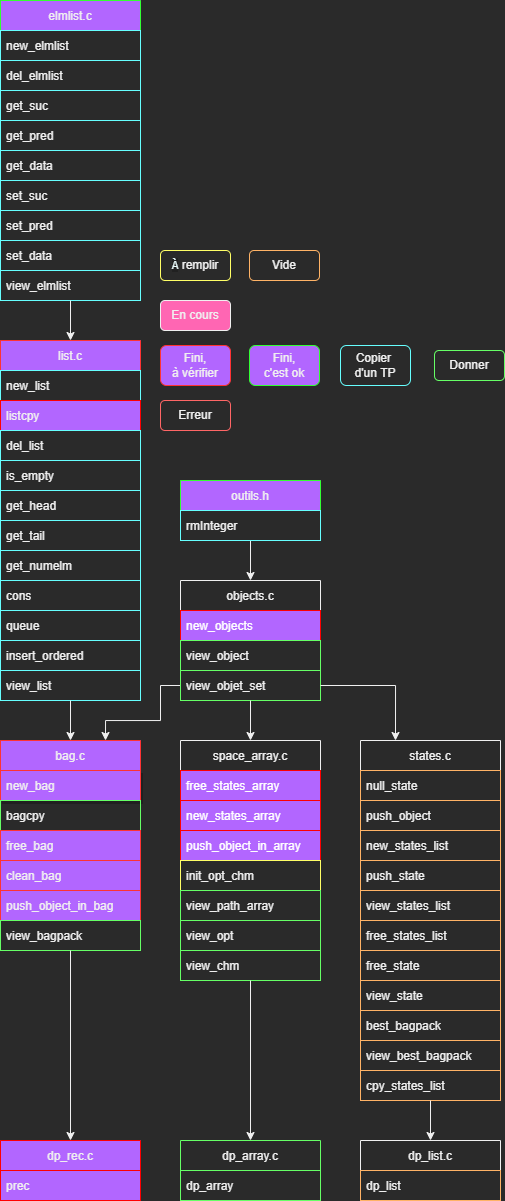
Earlier version of the draw.io export image/Plan_avancement_des_fonction.drawio.png (Brice5423/L2_Projet_ProgAv-S3). Source tidied: cells renumbered, new cells last; positions are measured from the earlier drawing's top-left corner, leaving out a move shared by most shapes.
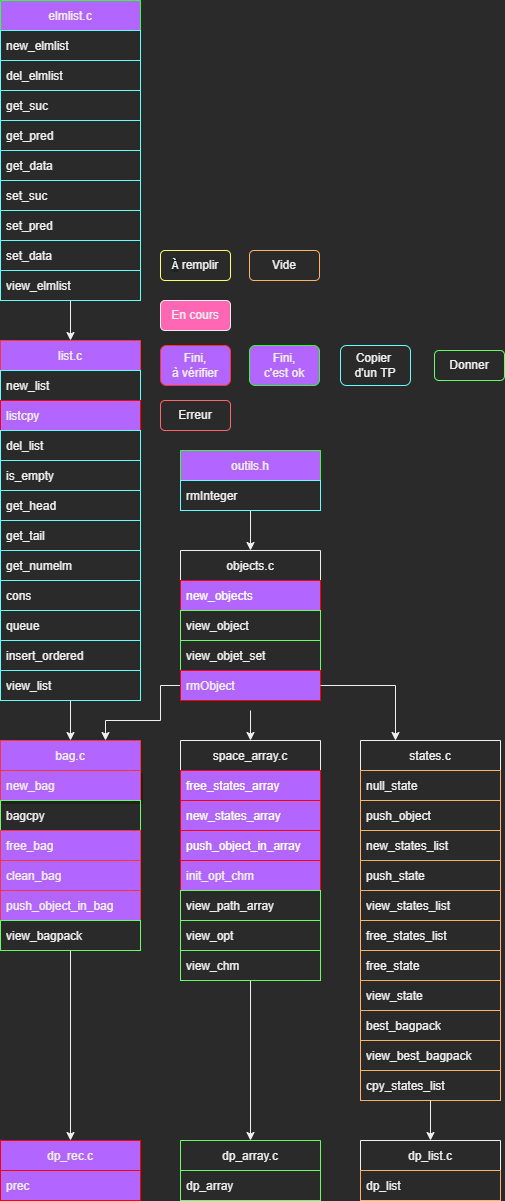
The same diagram one commit later.

Change to the diagram source:
```diff
@@ -23,7 +23,7 @@
     <mxCell id="8" value="view_bagpack" style="text;strokeColor=#66FF66;fillColor=none;align=left;verticalAlign=middle;spacingLeft=4;spacingRight=4;overflow=hidden;points=[[0,0.5],[1,0.5]];portConstraint=eastwest;" parent="2" vertex="1">
       <mxGeometry y="180" width="140" height="30" as="geometry" />
     </mxCell>
-    <mxCell id="9" style="edgeStyle=orthogonalEdgeStyle;rounded=0;jettySize=auto;html=1;entryX=0.75;entryY=0;entryDx=0;entryDy=0;strokeColor=#F0F0F0;exitX=0;exitY=0.5;exitDx=0;exitDy=0;" parent="1" edge="1" source="13" target="2">
+    <mxCell id="9" style="edgeStyle=orthogonalEdgeStyle;rounded=0;jettySize=auto;html=1;entryX=0.75;entryY=0;entryDx=0;entryDy=0;strokeColor=#F0F0F0;exitX=0;exitY=0.5;exitDx=0;exitDy=0;" parent="1" edge="1" source="80" target="2">
       <mxGeometry relative="1" as="geometry">
         <Array as="points">
           <mxPoint x="160" y="685" />
@@ -33,7 +33,7 @@
       </mxGeometry>
     </mxCell>
     <mxCell id="10" value="objects.c" style="swimlane;fontStyle=0;horizontal=1;startSize=30;strokeColor=#F0F0F0;" parent="1" vertex="1">
-      <mxGeometry x="180" y="580" width="140" height="120" as="geometry" />
+      <mxGeometry x="180" y="550" width="140" height="150" as="geometry" />
     </mxCell>
     <mxCell id="11" value="new_objects" style="text;strokeColor=#FF0000;fillColor=#B266FF;align=left;verticalAlign=middle;spacingLeft=4;spacingRight=4;overflow=hidden;fontColor=#ffffff;" parent="10" vertex="1">
       <mxGeometry y="30" width="140" height="30" as="geometry" />
@@ -44,6 +44,9 @@
     <mxCell id="13" value="view_objet_set" style="text;strokeColor=#66FF66;fillColor=none;align=left;verticalAlign=middle;spacingLeft=4;spacingRight=4;overflow=hidden;points=[[0,0.5],[1,0.5]];portConstraint=eastwest;" parent="10" vertex="1">
       <mxGeometry y="90" width="140" height="30" as="geometry" />
     </mxCell>
+    <mxCell id="80" value="rmObject" style="text;strokeColor=#FF0000;fillColor=#B266FF;align=left;verticalAlign=middle;spacingLeft=4;spacingRight=4;overflow=hidden;points=[[0,0.5],[1,0.5]];portConstraint=eastwest;" parent="10" vertex="1">
+      <mxGeometry y="120" width="140" height="30" as="geometry" />
+    </mxCell>
     <mxCell id="14" value="list.c" style="swimlane;fontStyle=0;horizontal=1;startSize=30;strokeColor=#FF3333;fillColor=#B266FF;" parent="1" vertex="1">
       <mxGeometry y="340" width="140" height="360" as="geometry" />
     </mxCell>
@@ -155,7 +158,7 @@
     <mxCell id="50" value="cpy_states_list" style="text;strokeColor=#FFB366;fillColor=none;align=left;verticalAlign=middle;spacingLeft=4;spacingRight=4;overflow=hidden;points=[[0,0.5],[1,0.5]];portConstraint=eastwest;" parent="39" vertex="1">
       <mxGeometry y="330" width="140" height="30" as="geometry" />
     </mxCell>
-    <mxCell id="51" style="edgeStyle=orthogonalEdgeStyle;rounded=0;jettySize=auto;html=1;exitX=1;exitY=0.5;exitDx=0;exitDy=0;entryX=0.25;entryY=0;entryDx=0;entryDy=0;strokeColor=#F0F0F0;" parent="1" edge="1" source="13" target="39">
+    <mxCell id="51" style="edgeStyle=orthogonalEdgeStyle;rounded=0;jettySize=auto;html=1;exitX=1;exitY=0.5;exitDx=0;exitDy=0;entryX=0.25;entryY=0;entryDx=0;entryDy=0;strokeColor=#F0F0F0;" parent="1" edge="1" source="80" target="39">
       <mxGeometry relative="1" as="geometry" />
     </mxCell>
     <mxCell id="52" value="space_array.c" style="swimlane;fontStyle=0;horizontal=1;startSize=30;strokeColor=#F0F0F0;fillColor=#2A2A2A;" parent="1" vertex="1">
@@ -170,7 +173,7 @@
     <mxCell id="55" value="push_object_in_array" style="text;strokeColor=#FF0000;fillColor=#B266FF;align=left;verticalAlign=middle;spacingLeft=4;spacingRight=4;overflow=hidden;fontColor=#ffffff;" parent="52" vertex="1">
       <mxGeometry y="90" width="140" height="30" as="geometry" />
     </mxCell>
-    <mxCell id="56" value="init_opt_chm" style="text;strokeColor=#FFFF66;fillColor=none;align=left;verticalAlign=middle;spacingLeft=4;spacingRight=4;overflow=hidden;" parent="52" vertex="1">
+    <mxCell id="56" value="init_opt_chm" style="text;strokeColor=#FF0000;fillColor=#B266FF;align=left;verticalAlign=middle;spacingLeft=4;spacingRight=4;overflow=hidden;" parent="52" vertex="1">
       <mxGeometry y="120" width="140" height="30" as="geometry" />
     </mxCell>
     <mxCell id="57" value="view_path_array" style="text;strokeColor=#66FF66;fillColor=none;align=left;verticalAlign=middle;spacingLeft=4;spacingRight=4;overflow=hidden;" parent="52" vertex="1">
@@ -182,8 +185,10 @@
     <mxCell id="59" value="view_chm" style="text;strokeColor=#66FF66;fillColor=none;align=left;verticalAlign=middle;spacingLeft=4;spacingRight=4;overflow=hidden;points=[[0,0.5],[1,0.5]];portConstraint=eastwest;" parent="52" vertex="1">
       <mxGeometry y="210" width="140" height="30" as="geometry" />
     </mxCell>
-    <mxCell id="60" style="edgeStyle=orthogonalEdgeStyle;rounded=0;jettySize=auto;html=1;entryX=0.5;entryY=0;entryDx=0;entryDy=0;strokeColor=#F0F0F0;exitX=0.5;exitY=1;exitDx=0;exitDy=0;exitPerimeter=0;" parent="1" edge="1" source="13" target="52">
-      <mxGeometry relative="1" as="geometry" />
+    <mxCell id="60" style="edgeStyle=orthogonalEdgeStyle;rounded=0;jettySize=auto;html=1;entryX=0.5;entryY=0;entryDx=0;entryDy=0;strokeColor=#F0F0F0;" parent="1" edge="1" target="52">
+      <mxGeometry relative="1" as="geometry">
+        <mxPoint x="250" y="710" as="sourcePoint" />
+      </mxGeometry>
     </mxCell>
     <mxCell id="61" value="dp_array.c" style="swimlane;fontStyle=0;horizontal=1;startSize=30;strokeColor=#66FF66;fillColor=#2A2A2A;" parent="1" vertex="1">
       <mxGeometry x="180" y="1140" width="140" height="60" as="geometry" />
@@ -242,7 +247,7 @@
       <mxGeometry relative="1" as="geometry" />
     </mxCell>
     <mxCell id="78" value="outils.h" style="swimlane;fontStyle=0;horizontal=1;startSize=30;strokeColor=#33FF33;fillColor=#B266FF;" parent="1" vertex="1">
-      <mxGeometry x="180" y="480" width="140" height="60" as="geometry" />
+      <mxGeometry x="180" y="450" width="140" height="60" as="geometry" />
     </mxCell>
     <mxCell id="79" value="rmInteger" style="text;strokeColor=#66FFFF;fillColor=none;align=left;verticalAlign=middle;spacingLeft=4;spacingRight=4;overflow=hidden;" parent="78" vertex="1">
       <mxGeometry y="30" width="140" height="30" as="geometry" />
```
